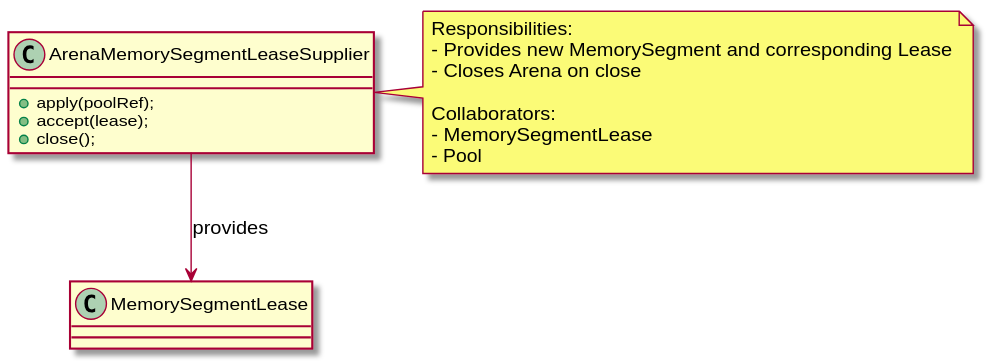
teragrep/buf_01 keeps this PlantUML diagram as docs/main/doxygen/inline_umlgraph_10.svg. Above is the earlier version. Source of this version:
```plantuml
@startuml inline_umlgraph_10.svg
class ArenaMemorySegmentLeaseSupplier {
+ apply(poolRef);
+ accept(lease);
+ close();
}

ArenaMemorySegmentLeaseSupplier --> MemorySegmentLease : provides

note right of ArenaMemorySegmentLeaseSupplier
Responsibilities:
- Provides new MemorySegment and corresponding Lease
- Closes Arena on close

Collaborators:
- MemorySegmentLease
- Pool
end note
@enduml
```
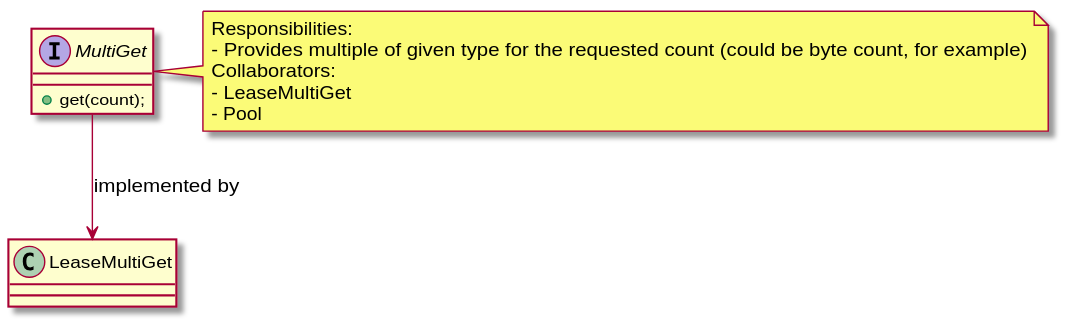
After the change.

Change to the diagram source:
```diff
@@ -1,19 +1,13 @@
 @startuml inline_umlgraph_10.svg
-class ArenaMemorySegmentLeaseSupplier {
-+ apply(poolRef);
-+ accept(lease);
-+ close();
+interface MultiGet {
++ get(count);
 }
-
-ArenaMemorySegmentLeaseSupplier --> MemorySegmentLease : provides
-
-note right of ArenaMemorySegmentLeaseSupplier
+MultiGet --> LeaseMultiGet : implemented by
+note right of MultiGet
 Responsibilities:
-- Provides new MemorySegment and corresponding Lease
-- Closes Arena on close
-
+- Provides multiple of given type for the requested count (could be byte count, for example)
 Collaborators:
-- MemorySegmentLease
+- LeaseMultiGet
 - Pool
 end note
 @enduml
```
